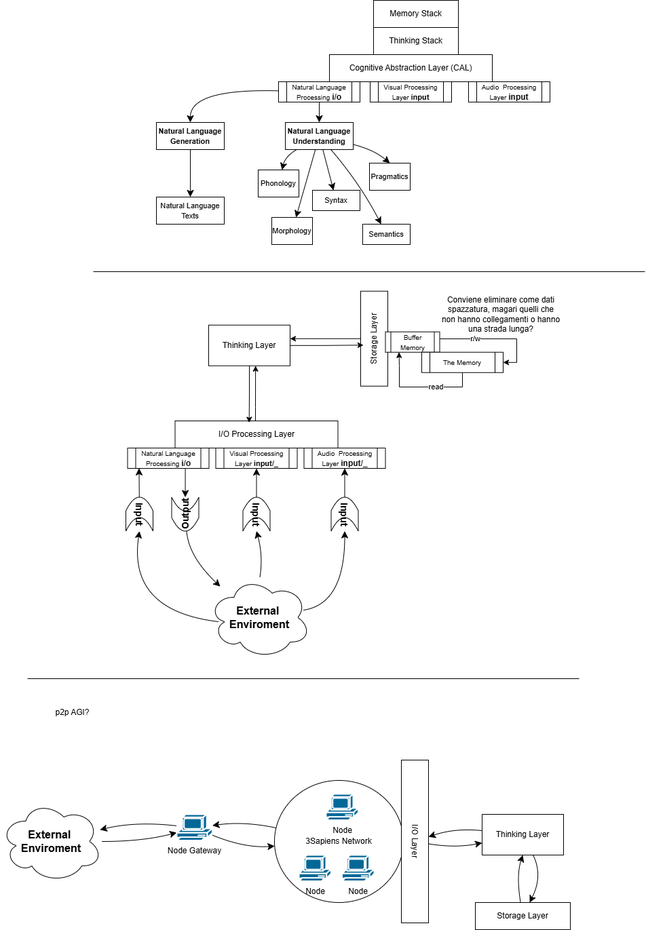
The draw.io diagram brainstorming/model-brainstorming.drawio.png in miccheth/neuroslim, before a commit. Source tidied: cells renumbered, new cells last; positions are measured from the earlier drawing's top-left corner, leaving out a move shared by most shapes.
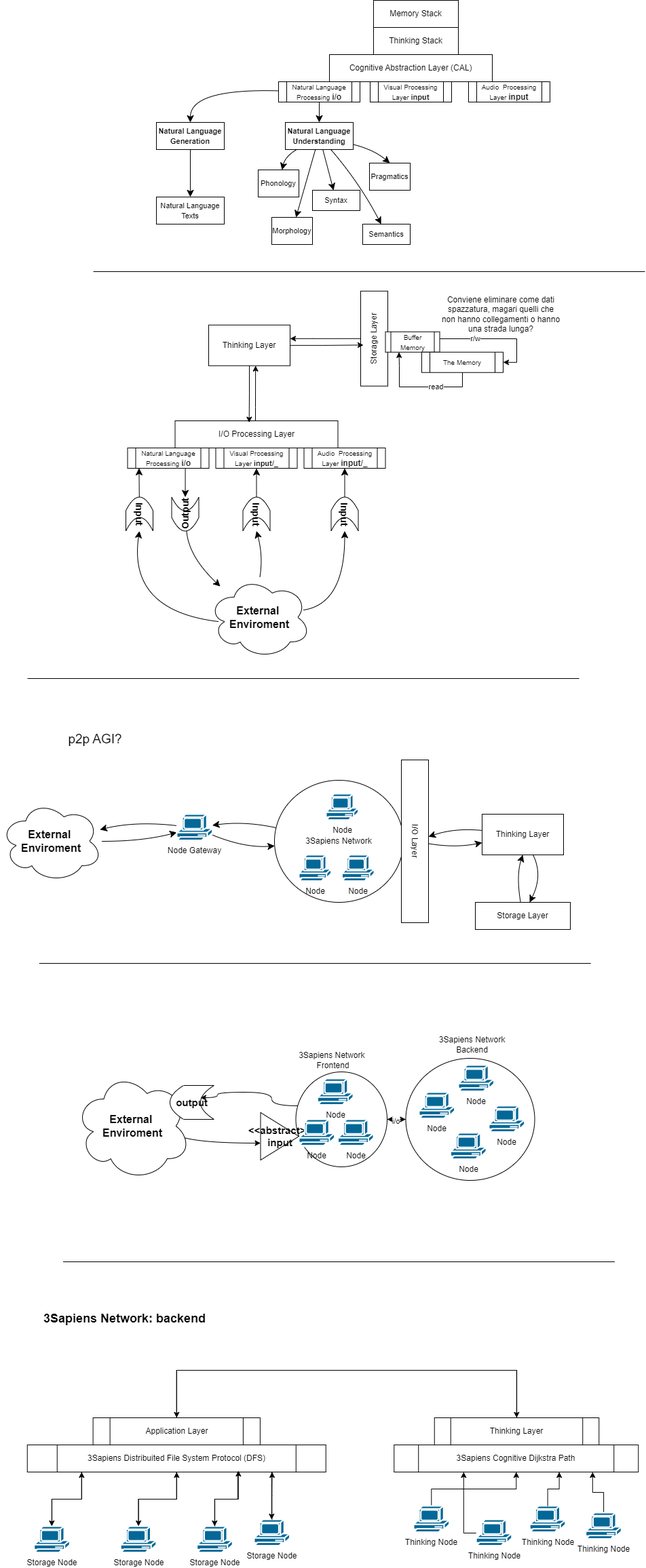
After the change.

Change to the diagram source:
```diff
@@ -312,8 +312,210 @@
     <mxCell id="72" value="Storage Layer" style="rounded=0;whiteSpace=wrap;html=1;rotation=0;" parent="1" vertex="1">
       <mxGeometry x="700" y="1330" width="140" height="40" as="geometry" />
     </mxCell>
-    <mxCell id="73" value="p2p AGI?" style="text;html=1;align=center;verticalAlign=middle;whiteSpace=wrap;rounded=0;" parent="1" vertex="1">
-      <mxGeometry x="70" y="1030" width="72.5" height="40" as="geometry" />
+    <mxCell id="73" value="&lt;font style=&quot;font-size: 19px;&quot;&gt;p2p AGI?&lt;/font&gt;" style="text;html=1;align=center;verticalAlign=middle;whiteSpace=wrap;rounded=0;" parent="1" vertex="1">
+      <mxGeometry x="60" y="1070" width="160" height="40" as="geometry" />
     </mxCell>
+    <mxCell id="74" style="endArrow=none;html=1;rounded=0;fontSize=12;startSize=8;endSize=8;curved=1;" parent="1" edge="1">
+      <mxGeometry relative="1" as="geometry">
+        <mxPoint x="57.2" y="1420" as="sourcePoint" />
+        <mxPoint x="870.2" y="1420" as="targetPoint" />
+      </mxGeometry>
+    </mxCell>
+    <mxCell id="75" style="edgeStyle=orthogonalEdgeStyle;rounded=0;jettySize=auto;html=1;flowAnimation=0;curved=1;" parent="1" edge="1" target="77">
+      <mxGeometry relative="1" as="geometry">
+        <mxPoint x="220" y="1640" as="sourcePoint" />
+        <Array as="points">
+          <mxPoint x="250" y="1640" />
+          <mxPoint x="250" y="1685" />
+        </Array>
+      </mxGeometry>
+    </mxCell>
+    <mxCell id="76" value="&lt;font style=&quot;font-size: 16px;&quot;&gt;&lt;b&gt;External&amp;nbsp;&lt;/b&gt;&lt;/font&gt;&lt;div&gt;&lt;font style=&quot;font-size: 16px;&quot;&gt;&lt;b&gt;Enviroment&lt;/b&gt;&lt;/font&gt;&lt;/div&gt;" style="ellipse;shape=cloud;whiteSpace=wrap;html=1;" parent="1" vertex="1">
+      <mxGeometry x="110" y="1580" width="170" height="160" as="geometry" />
+    </mxCell>
+    <mxCell id="77" value="&lt;span style=&quot;font-size: 15px;&quot;&gt;&lt;b&gt;&amp;lt;&amp;lt;abstract&amp;gt;&amp;gt;&lt;/b&gt;&lt;/span&gt;&lt;div&gt;&lt;span style=&quot;font-size: 15px;&quot;&gt;&lt;b&gt;input&lt;/b&gt;&lt;/span&gt;&lt;/div&gt;" style="triangle;whiteSpace=wrap;html=1;" parent="1" vertex="1">
+      <mxGeometry x="383.5" y="1640" width="56.5" height="70" as="geometry" />
+    </mxCell>
+    <mxCell id="78" style="edgeStyle=orthogonalEdgeStyle;rounded=0;jettySize=auto;html=1;" parent="1" edge="1" source="79" target="82">
+      <mxGeometry relative="1" as="geometry" />
+    </mxCell>
+    <mxCell id="79" style="ellipse;whiteSpace=wrap;html=1;fillColor=none;" parent="1" vertex="1">
+      <mxGeometry x="597.5" y="1560" width="190" height="180" as="geometry" />
+    </mxCell>
+    <mxCell id="80" style="edgeStyle=orthogonalEdgeStyle;rounded=0;jettySize=auto;html=1;" parent="1" edge="1" source="82" target="79">
+      <mxGeometry relative="1" as="geometry" />
+    </mxCell>
+    <mxCell id="81" value="i/o" style="edgeLabel;html=1;align=center;verticalAlign=middle;" parent="80" vertex="1">
+      <mxGeometry x="0.08" y="2" relative="1" as="geometry" />
+    </mxCell>
+    <mxCell id="82" style="ellipse;whiteSpace=wrap;html=1;fillColor=none;" parent="1" vertex="1">
+      <mxGeometry x="435.5" y="1580" width="134.5" height="140" as="geometry" />
+    </mxCell>
+    <mxCell id="83" value="3Sapiens Network&amp;nbsp;&lt;div&gt;Frontend&lt;/div&gt;" style="text;html=1;align=center;verticalAlign=middle;strokeColor=none;fillColor=none;" parent="1" vertex="1">
+      <mxGeometry x="430" y="1543" width="120" height="40" as="geometry" />
+    </mxCell>
+    <mxCell id="84" value="3Sapiens Network&lt;div&gt;Backend&lt;/div&gt;" style="text;html=1;align=center;verticalAlign=middle;strokeColor=none;fillColor=none;" parent="1" vertex="1">
+      <mxGeometry x="635" y="1520" width="120" height="40" as="geometry" />
+    </mxCell>
+    <mxCell id="85" value="Node" style="shape=mxgraph.cisco.computers_and_peripherals.pc;html=1;dashed=0;fillColor=#036897;strokeColor=#ffffff;strokeWidth=2;verticalLabelPosition=bottom;verticalAlign=top;align=center;" parent="1" vertex="1">
+      <mxGeometry x="467.5" y="1590" width="52.5" height="40" as="geometry" />
+    </mxCell>
+    <mxCell id="86" value="Node" style="shape=mxgraph.cisco.computers_and_peripherals.pc;html=1;dashed=0;fillColor=#036897;strokeColor=#ffffff;strokeWidth=2;verticalLabelPosition=bottom;verticalAlign=top;align=center;" parent="1" vertex="1">
+      <mxGeometry x="440" y="1650" width="52.5" height="40" as="geometry" />
+    </mxCell>
+    <mxCell id="87" value="Node" style="shape=mxgraph.cisco.computers_and_peripherals.pc;html=1;dashed=0;fillColor=#036897;strokeColor=#ffffff;strokeWidth=2;verticalLabelPosition=bottom;verticalAlign=top;align=center;" parent="1" vertex="1">
+      <mxGeometry x="497.5" y="1650" width="52.5" height="40" as="geometry" />
+    </mxCell>
+    <mxCell id="88" value="&lt;div&gt;&lt;font style=&quot;font-size: 15px;&quot;&gt;&lt;b&gt;output&lt;/b&gt;&lt;/font&gt;&lt;/div&gt;" style="shape=dataStorage;whiteSpace=wrap;html=1;fixedSize=1;" parent="1" vertex="1">
+      <mxGeometry x="250" y="1600" width="65" height="50" as="geometry" />
+    </mxCell>
+    <mxCell id="89" value="Node" style="shape=mxgraph.cisco.computers_and_peripherals.pc;html=1;dashed=0;fillColor=#036897;strokeColor=#ffffff;strokeWidth=2;verticalLabelPosition=bottom;verticalAlign=top;align=center;" parent="1" vertex="1">
+      <mxGeometry x="675" y="1570" width="52.5" height="40" as="geometry" />
+    </mxCell>
+    <mxCell id="90" value="Node" style="shape=mxgraph.cisco.computers_and_peripherals.pc;html=1;dashed=0;fillColor=#036897;strokeColor=#ffffff;strokeWidth=2;verticalLabelPosition=bottom;verticalAlign=top;align=center;" parent="1" vertex="1">
+      <mxGeometry x="617" y="1610" width="52.5" height="40" as="geometry" />
+    </mxCell>
+    <mxCell id="91" value="Node" style="shape=mxgraph.cisco.computers_and_peripherals.pc;html=1;dashed=0;fillColor=#036897;strokeColor=#ffffff;strokeWidth=2;verticalLabelPosition=bottom;verticalAlign=top;align=center;" parent="1" vertex="1">
+      <mxGeometry x="663.5" y="1670" width="52.5" height="40" as="geometry" />
+    </mxCell>
+    <mxCell id="92" value="Node" style="shape=mxgraph.cisco.computers_and_peripherals.pc;html=1;dashed=0;fillColor=#036897;strokeColor=#ffffff;strokeWidth=2;verticalLabelPosition=bottom;verticalAlign=top;align=center;" parent="1" vertex="1">
+      <mxGeometry x="720" y="1630" width="52.5" height="40" as="geometry" />
+    </mxCell>
+    <mxCell id="93" style="edgeStyle=orthogonalEdgeStyle;rounded=0;jettySize=auto;html=1;entryX=0.692;entryY=0.36;entryDx=0;entryDy=0;entryPerimeter=0;curved=1;" parent="1" edge="1" source="82" target="88">
+      <mxGeometry relative="1" as="geometry">
+        <Array as="points">
+          <mxPoint x="400" y="1630" />
+          <mxPoint x="400" y="1610" />
+          <mxPoint x="320" y="1610" />
+          <mxPoint x="320" y="1618" />
+        </Array>
+      </mxGeometry>
+    </mxCell>
+    <mxCell id="94" style="endArrow=none;html=1;rounded=0;fontSize=12;startSize=8;endSize=8;curved=1;" parent="1" edge="1">
+      <mxGeometry relative="1" as="geometry">
+        <mxPoint x="92.5" y="1860" as="sourcePoint" />
+        <mxPoint x="905.5" y="1860" as="targetPoint" />
+      </mxGeometry>
+    </mxCell>
+    <mxCell id="95" value="&lt;font style=&quot;font-size: 18px;&quot;&gt;&lt;b&gt;3Sapiens Network: backend&lt;/b&gt;&lt;/font&gt;" style="text;html=1;align=center;verticalAlign=middle;strokeColor=none;fillColor=none;" parent="1" vertex="1">
+      <mxGeometry x="52.5" y="1924" width="260" height="40" as="geometry" />
+    </mxCell>
+    <mxCell id="96" style="edgeStyle=orthogonalEdgeStyle;rounded=0;jettySize=auto;html=1;" parent="1" edge="1" source="100" target="106">
+      <mxGeometry relative="1" as="geometry" />
+    </mxCell>
+    <mxCell id="97" style="edgeStyle=orthogonalEdgeStyle;rounded=0;jettySize=auto;html=1;" parent="1" edge="1" source="100" target="107">
+      <mxGeometry relative="1" as="geometry">
+        <Array as="points">
+          <mxPoint x="349.8" y="2210" />
+          <mxPoint x="315.8" y="2210" />
+        </Array>
+      </mxGeometry>
+    </mxCell>
+    <mxCell id="98" style="edgeStyle=orthogonalEdgeStyle;rounded=0;jettySize=auto;html=1;" parent="1" edge="1" source="100" target="108">
+      <mxGeometry relative="1" as="geometry">
+        <Array as="points">
+          <mxPoint x="399.8" y="2190" />
+          <mxPoint x="399.8" y="2190" />
+        </Array>
+      </mxGeometry>
+    </mxCell>
+    <mxCell id="99" style="edgeStyle=orthogonalEdgeStyle;rounded=0;jettySize=auto;html=1;" parent="1" edge="1" source="100" target="104">
+      <mxGeometry relative="1" as="geometry">
+        <Array as="points">
+          <mxPoint x="119.8" y="2210" />
+          <mxPoint x="75.8" y="2210" />
+        </Array>
+      </mxGeometry>
+    </mxCell>
+    <mxCell id="100" value="3Sapiens Distribuited File System Protocol (DFS)" style="shape=process;whiteSpace=wrap;html=1;backgroundOutline=1;" parent="1" vertex="1">
+      <mxGeometry x="39.8" y="2130" width="440" height="40" as="geometry" />
+    </mxCell>
+    <mxCell id="101" style="edgeStyle=orthogonalEdgeStyle;rounded=0;jettySize=auto;html=1;" parent="1" edge="1" source="102" target="121">
+      <mxGeometry relative="1" as="geometry">
+        <Array as="points">
+          <mxPoint x="259.8" y="2020" />
+          <mxPoint x="760.8" y="2020" />
+        </Array>
+      </mxGeometry>
+    </mxCell>
+    <mxCell id="102" value="Application Layer" style="shape=process;whiteSpace=wrap;html=1;backgroundOutline=1;" parent="1" vertex="1">
+      <mxGeometry x="136.6" y="2090" width="246.2" height="40" as="geometry" />
+    </mxCell>
+    <mxCell id="103" style="edgeStyle=orthogonalEdgeStyle;rounded=0;jettySize=auto;html=1;" parent="1" edge="1" source="104" target="100">
+      <mxGeometry relative="1" as="geometry">
+        <Array as="points">
+          <mxPoint x="75.8" y="2210" />
+          <mxPoint x="119.8" y="2210" />
+        </Array>
+      </mxGeometry>
+    </mxCell>
+    <mxCell id="104" value="Storage Node" style="shape=mxgraph.cisco.computers_and_peripherals.pc;html=1;dashed=0;fillColor=#036897;strokeColor=#ffffff;strokeWidth=2;verticalLabelPosition=bottom;verticalAlign=top;align=center;outlineConnect=0;" parent="1" vertex="1">
+      <mxGeometry x="49.8" y="2250" width="52.5" height="40" as="geometry" />
+    </mxCell>
+    <mxCell id="105" style="edgeStyle=orthogonalEdgeStyle;rounded=0;jettySize=auto;html=1;" parent="1" edge="1" source="106" target="100">
+      <mxGeometry relative="1" as="geometry" />
+    </mxCell>
+    <mxCell id="106" value="Storage Node" style="shape=mxgraph.cisco.computers_and_peripherals.pc;html=1;dashed=0;fillColor=#036897;strokeColor=#ffffff;strokeWidth=2;verticalLabelPosition=bottom;verticalAlign=top;align=center;outlineConnect=0;" parent="1" vertex="1">
+      <mxGeometry x="177.2" y="2250" width="52.5" height="40" as="geometry" />
+    </mxCell>
+    <mxCell id="107" value="Storage Node" style="shape=mxgraph.cisco.computers_and_peripherals.pc;html=1;dashed=0;fillColor=#036897;strokeColor=#ffffff;strokeWidth=2;verticalLabelPosition=bottom;verticalAlign=top;align=center;outlineConnect=0;" parent="1" vertex="1">
+      <mxGeometry x="289.8" y="2250" width="52.5" height="40" as="geometry" />
+    </mxCell>
+    <mxCell id="108" value="Storage Node" style="shape=mxgraph.cisco.computers_and_peripherals.pc;html=1;dashed=0;fillColor=#036897;strokeColor=#ffffff;strokeWidth=2;verticalLabelPosition=bottom;verticalAlign=top;align=center;outlineConnect=0;" parent="1" vertex="1">
+      <mxGeometry x="374" y="2240" width="52.5" height="40" as="geometry" />
+    </mxCell>
+    <mxCell id="109" style="edgeStyle=orthogonalEdgeStyle;rounded=0;jettySize=auto;html=1;entryX=0.707;entryY=0.95;entryDx=0;entryDy=0;entryPerimeter=0;" parent="1" edge="1" source="107" target="100">
+      <mxGeometry relative="1" as="geometry" />
+    </mxCell>
+    <mxCell id="110" style="edgeStyle=orthogonalEdgeStyle;rounded=0;jettySize=auto;html=1;entryX=0.82;entryY=1;entryDx=0;entryDy=0;entryPerimeter=0;" parent="1" edge="1" source="108" target="100">
+      <mxGeometry relative="1" as="geometry" />
+    </mxCell>
+    <mxCell id="111" value="3Sapiens Cognitive Dijkstra Path" style="shape=process;whiteSpace=wrap;html=1;backgroundOutline=1;" parent="1" vertex="1">
+      <mxGeometry x="580.2" y="2130" width="360" height="40" as="geometry" />
+    </mxCell>
+    <mxCell id="112" style="edgeStyle=orthogonalEdgeStyle;rounded=0;jettySize=auto;html=1;" parent="1" edge="1" source="113" target="111">
+      <mxGeometry relative="1" as="geometry" />
+    </mxCell>
+    <mxCell id="113" value="Thinking Node" style="shape=mxgraph.cisco.computers_and_peripherals.pc;html=1;dashed=0;fillColor=#036897;strokeColor=#ffffff;strokeWidth=2;verticalLabelPosition=bottom;verticalAlign=top;align=center;outlineConnect=0;" parent="1" vertex="1">
+      <mxGeometry x="609" y="2220" width="52.5" height="40" as="geometry" />
+    </mxCell>
+    <mxCell id="114" style="edgeStyle=orthogonalEdgeStyle;rounded=0;jettySize=auto;html=1;" parent="1" edge="1" source="115" target="111">
+      <mxGeometry relative="1" as="geometry">
+        <Array as="points">
+          <mxPoint x="682.8" y="2260" />
+        </Array>
+      </mxGeometry>
+    </mxCell>
+    <mxCell id="115" value="Thinking Node" style="shape=mxgraph.cisco.computers_and_peripherals.pc;html=1;dashed=0;fillColor=#036897;strokeColor=#ffffff;strokeWidth=2;verticalLabelPosition=bottom;verticalAlign=top;align=center;outlineConnect=0;" parent="1" vertex="1">
+      <mxGeometry x="701.2" y="2240" width="52.5" height="40" as="geometry" />
+    </mxCell>
+    <mxCell id="116" style="edgeStyle=orthogonalEdgeStyle;rounded=0;jettySize=auto;html=1;" parent="1" edge="1" source="117" target="111">
+      <mxGeometry relative="1" as="geometry">
+        <Array as="points">
+          <mxPoint x="888.8" y="2200" />
+          <mxPoint x="872.8" y="2200" />
+        </Array>
+      </mxGeometry>
+    </mxCell>
+    <mxCell id="117" value="Thinking Node" style="shape=mxgraph.cisco.computers_and_peripherals.pc;html=1;dashed=0;fillColor=#036897;strokeColor=#ffffff;strokeWidth=2;verticalLabelPosition=bottom;verticalAlign=top;align=center;outlineConnect=0;" parent="1" vertex="1">
+      <mxGeometry x="862.8" y="2230" width="52.5" height="40" as="geometry" />
+    </mxCell>
+    <mxCell id="118" value="Thinking Node" style="shape=mxgraph.cisco.computers_and_peripherals.pc;html=1;dashed=0;fillColor=#036897;strokeColor=#ffffff;strokeWidth=2;verticalLabelPosition=bottom;verticalAlign=top;align=center;outlineConnect=0;" parent="1" vertex="1">
+      <mxGeometry x="780.2" y="2220" width="52.5" height="40" as="geometry" />
+    </mxCell>
+    <mxCell id="119" style="edgeStyle=orthogonalEdgeStyle;rounded=0;jettySize=auto;html=1;entryX=0.676;entryY=1;entryDx=0;entryDy=0;entryPerimeter=0;" parent="1" edge="1" source="118" target="111">
+      <mxGeometry relative="1" as="geometry" />
+    </mxCell>
+    <mxCell id="120" style="edgeStyle=orthogonalEdgeStyle;rounded=0;jettySize=auto;html=1;" parent="1" edge="1" source="121" target="102">
+      <mxGeometry relative="1" as="geometry">
+        <Array as="points">
+          <mxPoint x="760.8" y="2020" />
+          <mxPoint x="259.8" y="2020" />
+        </Array>
+      </mxGeometry>
+    </mxCell>
+    <mxCell id="121" value="Thinking Layer" style="shape=process;whiteSpace=wrap;html=1;backgroundOutline=1;" parent="1" vertex="1">
+      <mxGeometry x="639.8" y="2090" width="242.5" height="40" as="geometry" />
+    </mxCell>
   </root>
 </mxGraphModel>
```
